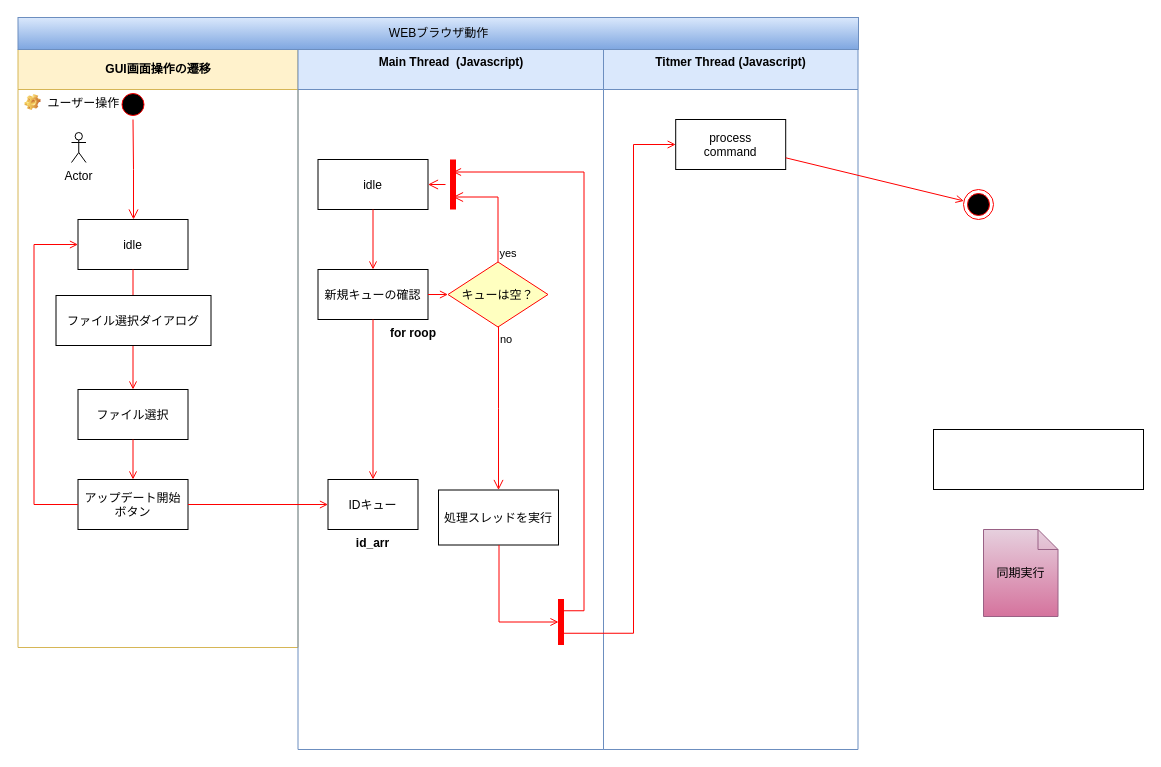
Earlier version of the draw.io diagram Untitled Diagram.drawio (okakousuke/atomsettingdata). Source tidied: cells renumbered, new cells numbered last; positions are measured from the earlier drawing's top-left corner, leaving out a move shared by most shapes. Both pictures are drawn from the tidied source at 100%, with x=0, y=0 at pixel (17, 17).
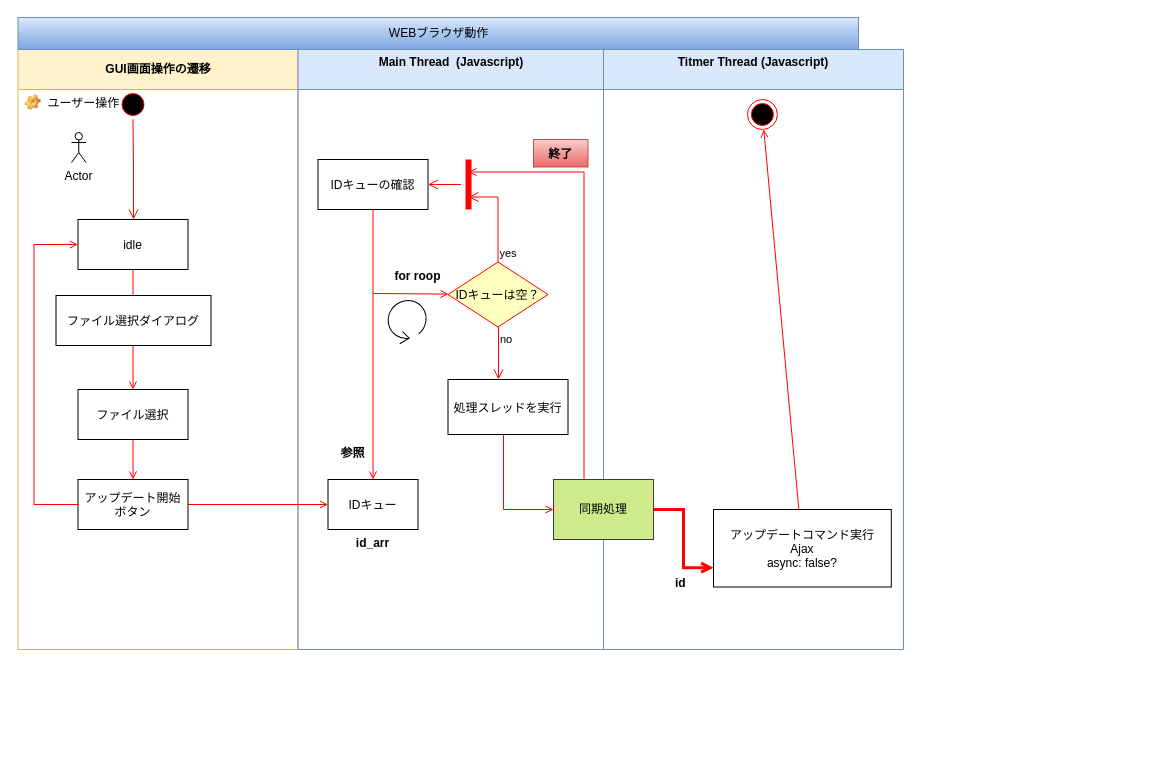
After the change.

Commit message (it also covers changes not shown here):
Untitled Diagram.drawio を更新します

The change refers to these unchanged cells:
```xml
<mxCell id="8" value="アップデート開始&#10;ボタン" parent="2" vertex="1">
  <mxGeometry x="60" y="430" width="110" height="50" as="geometry" />
</mxCell>
<mxCell id="30" value="IDキュー" parent="29" vertex="1">
  <mxGeometry width="90" height="50" as="geometry" />
</mxCell>
```

Change to the diagram source:
```diff
@@
     <mxCell id="2" value="GUI画面操作の遷移" style="swimlane;whiteSpace=wrap;startSize=40;fillColor=#fff2cc;strokeColor=#d6b656;" parent="1" vertex="1">
-      <mxGeometry x="0.5" y="32" width="280" height="598" as="geometry" />
+      <mxGeometry x="0.5" y="32" width="280" height="600" as="geometry" />
     </mxCell>
@@
     <mxCell id="14" value="Main Thread  (Javascript)&#10;" style="swimlane;whiteSpace=wrap;startSize=40;fillColor=#dae8fc;strokeColor=#6c8ebf;" parent="1" vertex="1">
-      <mxGeometry x="280.5" y="32" width="305.5" height="700" as="geometry" />
+      <mxGeometry x="280.5" y="32" width="305.5" height="600" as="geometry" />
     </mxCell>
-    <mxCell id="15" value="idle" parent="14" vertex="1">
-      <mxGeometry x="20" y="110" width="110" height="50" as="geometry" />
-    </mxCell>
-    <mxCell id="16" value="新規キューの確認" parent="14" vertex="1">
-      <mxGeometry x="20" y="220" width="110" height="50" as="geometry" />
+    <mxCell id="16" value="IDキューの確認" parent="14" vertex="1">
+      <mxGeometry x="20" y="110" width="110" height="50" as="geometry" />
     </mxCell>
-    <mxCell id="17" style="endArrow=open;strokeColor=#FF0000;endFill=1;rounded=0;" parent="14" edge="1" source="15" target="16">
-      <mxGeometry relative="1" as="geometry" />
-    </mxCell>
@@
-    <mxCell id="19" value="キューは空？" style="rhombus;fillColor=#ffffc0;strokeColor=#ff0000;" parent="14" vertex="1">
+    <mxCell id="19" value="IDキューは空？" style="rhombus;fillColor=#ffffc0;strokeColor=#ff0000;" parent="14" vertex="1">
       <mxGeometry x="150" y="212.5" width="100" height="65" as="geometry" />
     </mxCell>
@@
-    <mxCell id="22" style="endArrow=open;strokeColor=#FF0000;endFill=1;rounded=0;" parent="14" edge="1" source="16" target="19">
-      <mxGeometry relative="1" as="geometry" />
+    <mxCell id="22" style="endArrow=open;strokeColor=#FF0000;endFill=1;rounded=0;" parent="14" edge="1" target="19">
+      <mxGeometry relative="1" as="geometry">
+        <mxPoint x="75.5" y="244" as="sourcePoint" />
+      </mxGeometry>
     </mxCell>
     <mxCell id="23" style="shape=line;strokeWidth=6;strokeColor=#ff0000;rotation=90;" parent="14" vertex="1">
-      <mxGeometry x="130" y="127.5" width="50" height="15" as="geometry" />
+      <mxGeometry x="145.5" y="127.5" width="50" height="15" as="geometry" />
     </mxCell>
-    <mxCell id="24" style="edgeStyle=elbowEdgeStyle;elbow=horizontal;verticalAlign=bottom;endArrow=open;endSize=8;strokeColor=#FF0000;endFill=1;rounded=0;" parent="14" edge="1" source="23" target="15">
+    <mxCell id="24" style="edgeStyle=elbowEdgeStyle;elbow=horizontal;verticalAlign=bottom;endArrow=open;endSize=8;strokeColor=#FF0000;endFill=1;rounded=0;" parent="14" edge="1" source="23" target="16">
       <mxGeometry x="130" y="90" as="geometry" />
     </mxCell>
     <mxCell id="25" value="処理スレッドを実行" parent="14" vertex="1">
-      <mxGeometry x="140.5" y="440.5" width="120" height="55" as="geometry" />
+      <mxGeometry x="150" y="330" width="120" height="55" as="geometry" />
     </mxCell>
-    <mxCell id="26" style="whiteSpace=wrap;strokeColor=#FF0000;fillColor=#FF0000;" parent="14" vertex="1">
-      <mxGeometry x="260.5" y="550" width="5" height="45" as="geometry" />
-    </mxCell>
-    <mxCell id="27" style="edgeStyle=elbowEdgeStyle;elbow=horizontal;entryX=0;entryY=0.5;strokeColor=#FF0000;endArrow=open;endFill=1;rounded=0;" parent="14" edge="1" source="25" target="26">
-      <mxGeometry relative="1" as="geometry">
-        <Array as="points">
-          <mxPoint x="201" y="530" />
-          <mxPoint x="186" y="573" />
-        </Array>
-      </mxGeometry>
-    </mxCell>
     <mxCell id="28" value="for roop" style="text;align=center;fontStyle=1;verticalAlign=middle;spacingLeft=3;spacingRight=3;strokeColor=none;" parent="14" vertex="1">
-      <mxGeometry x="75.5" y="270" width="80" height="26" as="geometry" />
+      <mxGeometry x="80" y="212.5" width="80" height="26" as="geometry" />
     </mxCell>
@@
-    <mxCell id="32" style="edgeStyle=elbowEdgeStyle;elbow=horizontal;strokeColor=#FF0000;endArrow=open;endFill=1;rounded=0;entryX=0.25;entryY=0.5;entryPerimeter=0;exitX=1;exitY=0.25;exitDx=0;exitDy=0;" parent="14" edge="1" source="26" target="23">
-      <mxGeometry relative="1" as="geometry">
-        <Array as="points">
-          <mxPoint x="286" y="340" />
-        </Array>
-      </mxGeometry>
-    </mxCell>
+    <mxCell id="42" value="参照" style="text;align=center;fontStyle=1;verticalAlign=middle;spacingLeft=3;spacingRight=3;strokeColor=none;" parent="14" vertex="1">
+      <mxGeometry x="30" y="390" width="50" height="26" as="geometry" />
+    </mxCell>
+    <mxCell id="43" value="終了" style="text;align=center;fontStyle=1;verticalAlign=middle;spacingLeft=3;spacingRight=3;strokeColor=#b85450;gradientColor=#ea6b66;fillColor=#f8cecc;" parent="14" vertex="1">
+      <mxGeometry x="235.5" y="90" width="54.5" height="27.5" as="geometry" />
+    </mxCell>
+    <mxCell id="44" style="shape=mxgraph.bpmn.loop;html=1;strokeColor=#000000;rotation=-45;" parent="14" vertex="1">
+      <mxGeometry x="86.5" y="250" width="43.5" height="40" as="geometry" />
+    </mxCell>
     <mxCell id="33" value="Titmer Thread (Javascript)&#10;" style="swimlane;whiteSpace=wrap;startSize=40;fillColor=#dae8fc;strokeColor=#6c8ebf;" parent="1" vertex="1">
-      <mxGeometry x="586" y="32" width="254.5" height="700" as="geometry" />
+      <mxGeometry x="586" y="32" width="300" height="600" as="geometry" />
     </mxCell>
-    <mxCell id="34" value="process&#10;command" parent="33" vertex="1">
-      <mxGeometry x="72.2" y="70" width="110" height="50" as="geometry" />
+    <mxCell id="34" value="アップデートコマンド実行&#10;Ajax&#10;async: false?" parent="33" vertex="1">
+      <mxGeometry x="110" y="460" width="177.8" height="77.5" as="geometry" />
     </mxCell>
-    <mxCell id="35" style="endArrow=open;strokeColor=#FF0000;endFill=1;rounded=0;" parent="1" edge="1" source="8" target="30">
-      <mxGeometry relative="1" as="geometry" />
-    </mxCell>
-    <mxCell id="36" style="rounded=0;whiteSpace=wrap;html=1;" parent="1" vertex="1">
-      <mxGeometry x="916" y="412" width="210" height="60" as="geometry" />
-    </mxCell>
-    <mxCell id="37" value="WEBブラウザ動作" style="rounded=0;whiteSpace=wrap;html=1;fillColor=#dae8fc;strokeColor=#6c8ebf;gradientColor=#7ea6e0;" parent="1" vertex="1">
-      <mxGeometry x="0.5" width="840.5" height="32" as="geometry" />
-    </mxCell>
+    <mxCell id="45" value="id" style="text;align=center;fontStyle=1;verticalAlign=middle;spacingLeft=3;spacingRight=3;strokeColor=none;" parent="33" vertex="1">
+      <mxGeometry x="44.5" y="520" width="65.5" height="26" as="geometry" />
+    </mxCell>
-    <mxCell id="38" style="ellipse;shape=endState;fillColor=#000000;strokeColor=#ff0000;" parent="1" vertex="1">
-      <mxGeometry x="946" y="172" width="30" height="30" as="geometry" />
+    <mxCell id="38" style="ellipse;shape=endState;fillColor=#000000;strokeColor=#ff0000;" parent="33" vertex="1">
+      <mxGeometry x="143.9" y="50" width="30" height="30" as="geometry" />
     </mxCell>
-    <mxCell id="39" style="endArrow=open;strokeColor=#FF0000;endFill=1;rounded=0;" parent="1" edge="1" source="34" target="38">
+    <mxCell id="39" style="endArrow=open;strokeColor=#FF0000;endFill=1;rounded=0;" parent="33" edge="1" source="34" target="38">
       <mxGeometry relative="1" as="geometry" />
     </mxCell>
-    <mxCell id="40" value="同期実行" style="shape=note;size=20;whiteSpace=wrap;html=1;gradientColor=#d5739d;fillColor=#e6d0de;strokeColor=#996185;" parent="1" vertex="1">
-      <mxGeometry x="966" y="512" width="74.5" height="87" as="geometry" />
-    </mxCell>
-    <mxCell id="41" style="edgeStyle=elbowEdgeStyle;elbow=horizontal;strokeColor=#FF0000;endArrow=open;endFill=1;rounded=0;exitX=0;exitY=0.75;exitDx=0;exitDy=0;" parent="1" edge="1" source="26" target="34">
+    <mxCell id="41" style="edgeStyle=elbowEdgeStyle;elbow=horizontal;strokeColor=#FF0000;endArrow=open;endFill=1;rounded=0;strokeWidth=3;labelBorderColor=none;entryX=0;entryY=0.75;entryDx=0;entryDy=0;exitX=1;exitY=0.5;exitDx=0;exitDy=0;" parent="33" edge="1" source="36" target="34">
       <mxGeometry relative="1" as="geometry">
         <Array as="points">
-          <mxPoint x="616" y="362" />
+          <mxPoint x="80" y="499" />
         </Array>
       </mxGeometry>
     </mxCell>
+    <mxCell id="36" value="同期処理" style="rounded=0;whiteSpace=wrap;html=1;fillColor=#cdeb8b;strokeColor=#36393d;" parent="33" vertex="1">
+      <mxGeometry x="-50" y="430" width="100" height="60" as="geometry" />
+    </mxCell>
+    <mxCell id="35" style="endArrow=open;strokeColor=#FF0000;endFill=1;rounded=0;" parent="1" edge="1" source="8" target="30">
+      <mxGeometry relative="1" as="geometry" />
+    </mxCell>
+    <mxCell id="37" value="WEBブラウザ動作" style="rounded=0;whiteSpace=wrap;html=1;fillColor=#dae8fc;strokeColor=#6c8ebf;gradientColor=#7ea6e0;" parent="1" vertex="1">
+      <mxGeometry x="0.5" width="840.5" height="32" as="geometry" />
+    </mxCell>
+    <mxCell id="27" style="edgeStyle=elbowEdgeStyle;elbow=horizontal;strokeColor=#FF0000;endArrow=open;endFill=1;rounded=0;" parent="1" edge="1" source="25">
+      <mxGeometry relative="1" as="geometry">
+        <mxPoint x="536" y="492" as="targetPoint" />
+        <Array as="points">
+          <mxPoint x="486" y="492" />
+          <mxPoint x="471" y="505" />
+        </Array>
+      </mxGeometry>
+    </mxCell>
+    <mxCell id="32" style="edgeStyle=elbowEdgeStyle;elbow=horizontal;strokeColor=#FF0000;endArrow=open;endFill=1;rounded=0;entryX=0.25;entryY=0.5;entryPerimeter=0;" parent="1" edge="1" source="36" target="23">
+      <mxGeometry relative="1" as="geometry">
+        <Array as="points">
+          <mxPoint x="566.5" y="372" />
+        </Array>
+      </mxGeometry>
+    </mxCell>
```
